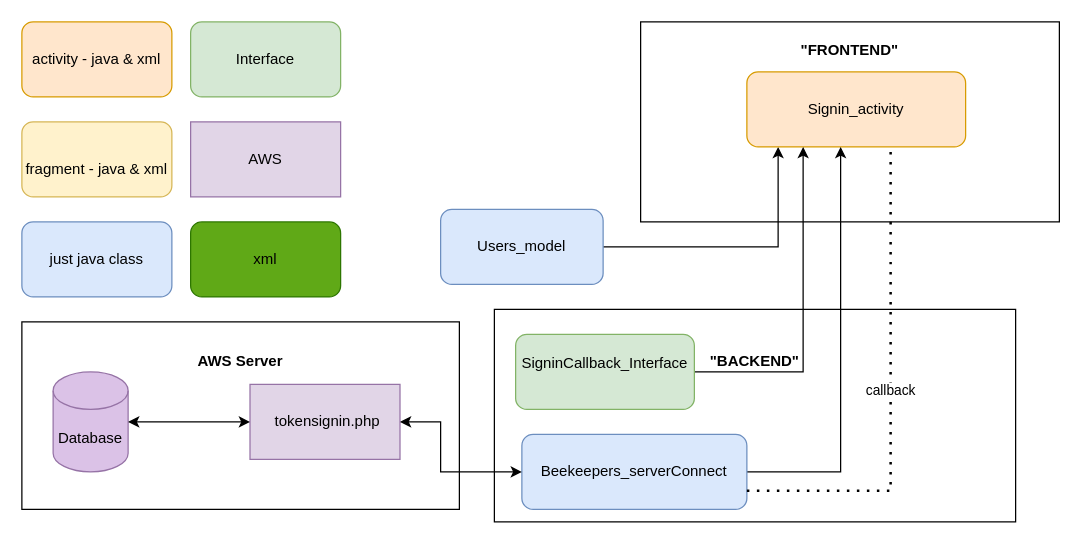
Before: page "Signin" (1 of 3) of Untitled Diagram.drawio in BenBladow/rw_android_uml, a draw.io diagram. Source tidied: cells renumbered, new cells numbered last; positions are measured from the earlier drawing's top-left corner, leaving out a move shared by most shapes. Both pictures are drawn from the tidied source at 125%, with x=0, y=0 at pixel (21, 21).
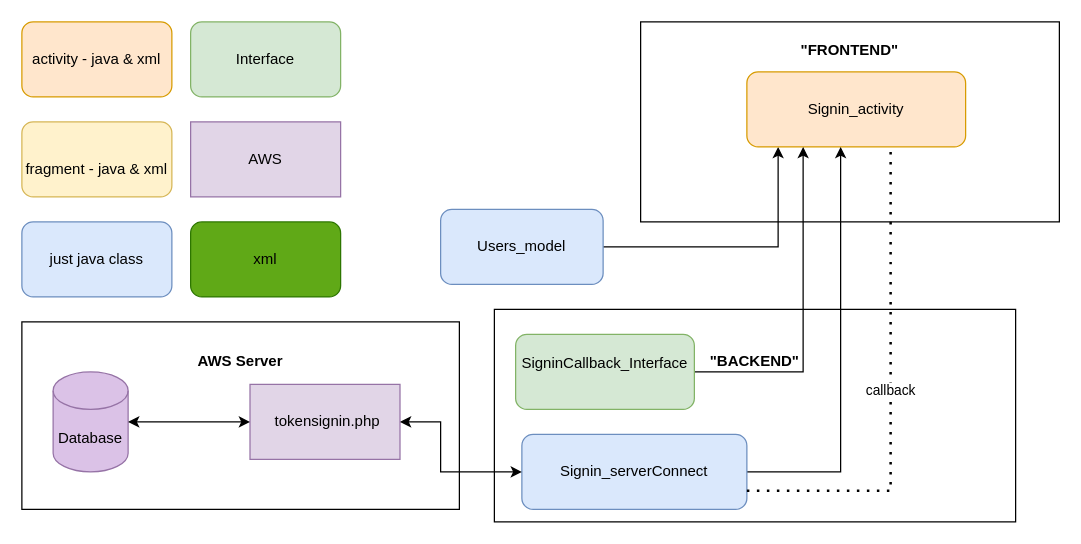
Above is the later version.

The edit, as a diff of the source:
```diff
@@
-    <mxCell id="9" value="&lt;div&gt;Beekeepers_serverConnect&lt;br&gt;&lt;/div&gt;" style="rounded=1;whiteSpace=wrap;html=1;fillColor=#dae8fc;strokeColor=#6c8ebf;" parent="1" vertex="1">
+    <mxCell id="9" value="&lt;div&gt;Signin_serverConnect&lt;br&gt;&lt;/div&gt;" style="rounded=1;whiteSpace=wrap;html=1;fillColor=#dae8fc;strokeColor=#6c8ebf;" parent="1" vertex="1">
       <mxGeometry x="400" y="330" width="180" height="60" as="geometry" />
     </mxCell>
```
